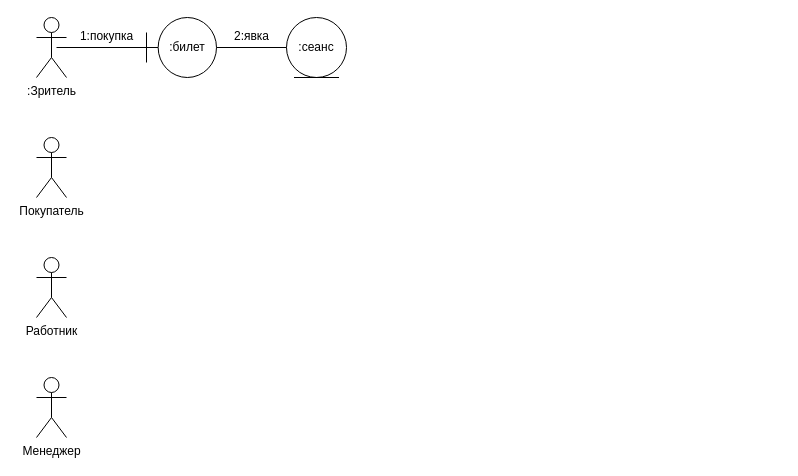
The draw.io diagram Диаграмма комуникаций.drawio in ANDaniell/-design-practice, before the edit. Source tidied: cells renumbered, new cells numbered last; positions are measured from the earlier drawing's top-left corner, leaving out a move shared by most shapes. Both pictures are drawn from the tidied source at 100%, with x=0, y=0 at pixel (36, 17).
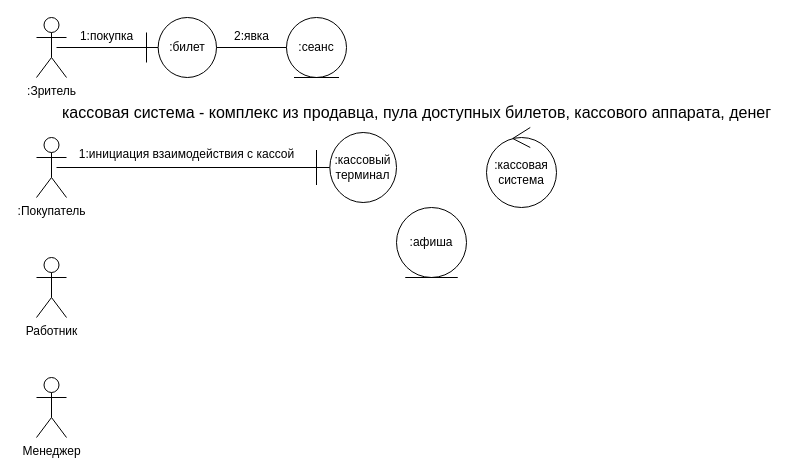
After the change.

What changed in the source:
```diff
@@
 <mxGraphModel>
   <root>
     <mxCell id="0" />
     <mxCell id="1" parent="0" />
     <mxCell id="2" value=":Зритель" style="shape=umlActor;verticalLabelPosition=bottom;verticalAlign=top;html=1;" parent="1" vertex="1">
       <mxGeometry width="30" height="60" as="geometry" />
     </mxCell>
     <mxCell id="3" value=":билет" style="shape=umlBoundary;whiteSpace=wrap;html=1;" parent="1" vertex="1">
       <mxGeometry x="110" width="70" height="60" as="geometry" />
     </mxCell>
     <mxCell id="4" value=":сеанс" style="ellipse;shape=umlEntity;whiteSpace=wrap;html=1;" parent="1" vertex="1">
       <mxGeometry x="250" width="60" height="60" as="geometry" />
     </mxCell>
     <mxCell id="5" style="line;strokeWidth=1;fillColor=none;align=left;verticalAlign=middle;spacingTop=-1;spacingLeft=3;spacingRight=3;labelPosition=right;strokeColor=inherit;" parent="1" vertex="1">
       <mxGeometry x="20" y="26" width="100" height="8" as="geometry" />
     </mxCell>
     <mxCell id="6" style="line;strokeWidth=1;fillColor=none;align=left;verticalAlign=middle;spacingTop=-1;spacingLeft=3;spacingRight=3;labelPosition=right;strokeColor=inherit;" parent="1" vertex="1">
       <mxGeometry x="180" y="26" width="70" height="8" as="geometry" />
     </mxCell>
     <mxCell id="7" value="1:покупка" style="text;html=1;align=center;verticalAlign=middle;strokeColor=none;fillColor=none;" parent="1" vertex="1">
       <mxGeometry x="30" y="4" width="80" height="30" as="geometry" />
     </mxCell>
     <mxCell id="8" value="2:явка" style="text;html=1;align=center;verticalAlign=middle;strokeColor=none;fillColor=none;" parent="1" vertex="1">
       <mxGeometry x="185" y="4" width="60" height="30" as="geometry" />
     </mxCell>
-    <mxCell id="9" value="Покупатель" style="shape=umlActor;verticalLabelPosition=bottom;verticalAlign=top;html=1;" parent="1" vertex="1">
+    <mxCell id="9" value=":Покупатель" style="shape=umlActor;verticalLabelPosition=bottom;verticalAlign=top;html=1;" parent="1" vertex="1">
       <mxGeometry y="120" width="30" height="60" as="geometry" />
     </mxCell>
     <mxCell id="10" value="Работник&lt;div&gt;&lt;br&gt;&lt;/div&gt;" style="shape=umlActor;verticalLabelPosition=bottom;verticalAlign=top;html=1;" parent="1" vertex="1">
       <mxGeometry y="240" width="30" height="60" as="geometry" />
     </mxCell>
     <mxCell id="11" value="Менеджер" style="shape=umlActor;verticalLabelPosition=bottom;verticalAlign=top;html=1;" parent="1" vertex="1">
       <mxGeometry y="360" width="30" height="60" as="geometry" />
     </mxCell>
+    <mxCell id="12" style="line;strokeWidth=1;fillColor=none;align=left;verticalAlign=middle;spacingTop=-1;spacingLeft=3;spacingRight=3;labelPosition=right;strokeColor=inherit;" parent="1" vertex="1">
+      <mxGeometry x="20" y="146" width="260" height="8" as="geometry" />
+    </mxCell>
+    <mxCell id="13" value="&lt;font style=&quot;font-size: 12px;&quot;&gt;1:инициация взаимодействия с кассой&lt;/font&gt;" style="text;html=1;align=center;verticalAlign=middle;strokeColor=none;fillColor=none;fontSize=16;" parent="1" vertex="1">
+      <mxGeometry x="30" y="120" width="240" height="30" as="geometry" />
+    </mxCell>
+    <mxCell id="14" value=":кассовая система" style="ellipse;shape=umlControl;whiteSpace=wrap;html=1;" parent="1" vertex="1">
+      <mxGeometry x="450" y="110" width="70" height="80" as="geometry" />
+    </mxCell>
+    <mxCell id="15" value=":афиша" style="ellipse;shape=umlEntity;whiteSpace=wrap;html=1;" parent="1" vertex="1">
+      <mxGeometry x="360" y="190" width="70" height="70" as="geometry" />
+    </mxCell>
+    <mxCell id="16" value="кассовая система - комплекс из продавца, пула доступных билетов, кассового аппарата, денег" style="text;html=1;align=center;verticalAlign=middle;strokeColor=none;fillColor=none;fontSize=16;" parent="1" vertex="1">
+      <mxGeometry x="15" y="80" width="730" height="30" as="geometry" />
+    </mxCell>
+    <mxCell id="17" value=":кассовый терминал" style="shape=umlBoundary;whiteSpace=wrap;html=1;" parent="1" vertex="1">
+      <mxGeometry x="280" y="115" width="80" height="70" as="geometry" />
+    </mxCell>
   </root>
 </mxGraphModel>
```
